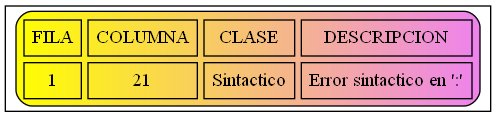
The Graphviz diagram Errores.png in JoseMore99/OLC2_P1_201701015, before a commit. Its source is kept beside it as Errores.dot.
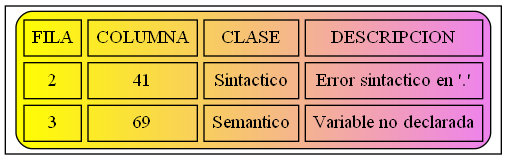
Above is the later version.

What changed in the source:
```diff
@@ -2,6 +2,7 @@
 node [shape=record];
 a0 [label=<<TABLE border="1" cellspacing="5" cellpadding="5" style="rounded" bgcolor="yellow:violet">
 "<TR><TD>FILA</TD><TD>COLUMNA</TD><TD>CLASE</TD><TD>DESCRIPCION</TD></TR>
-<TR><TD>1</TD><TD>21</TD><TD>Sintactico</TD><TD>Error sintactico en ':'</TD></TR>
+<TR><TD>2</TD><TD>41</TD><TD>Sintactico</TD><TD>Error sintactico en '.'</TD></TR>
+<TR><TD>3</TD><TD>69</TD><TD>Semantico</TD><TD>Variable no declarada</TD></TR>
 </TABLE>>];
 }
```
